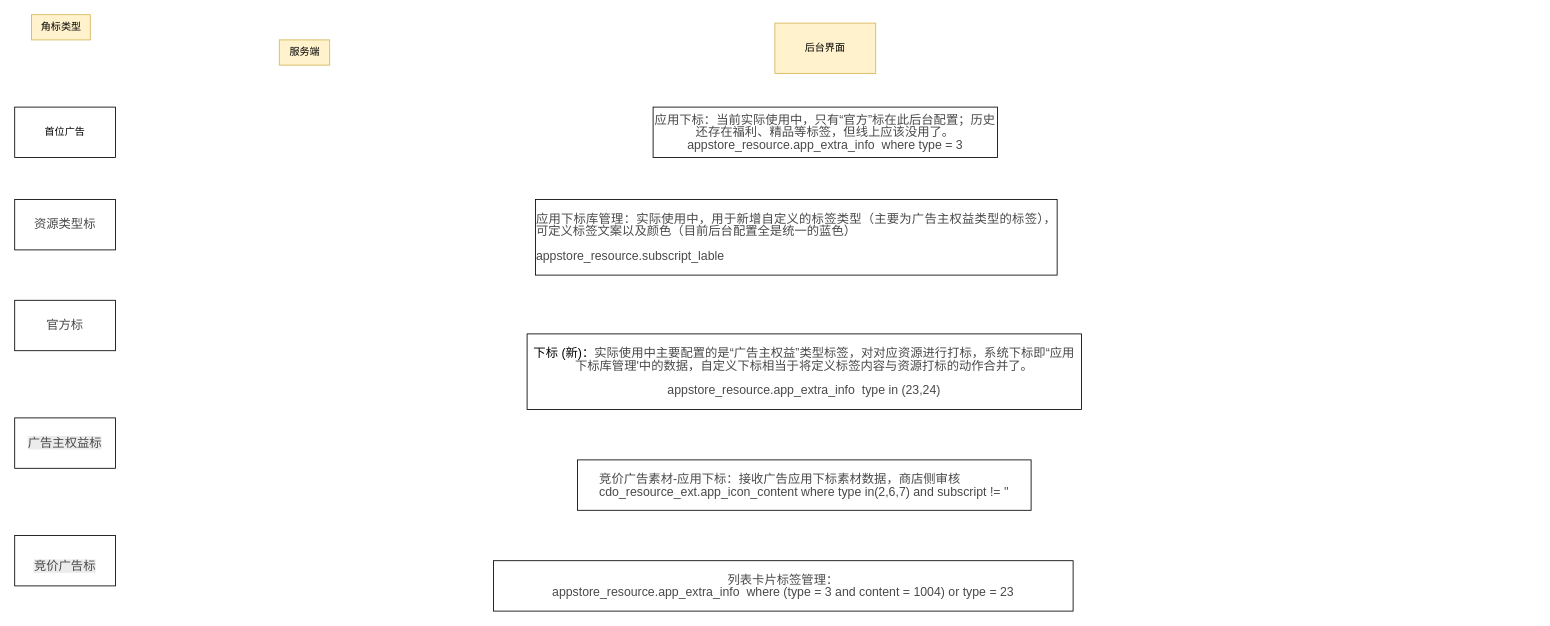
Above: 角标数据源.drawio in ETHAN0430/draw.io.repo (draw.io), before the change. Source tidied: cells renumbered, new cells numbered last; positions are measured from the earlier drawing's top-left corner, leaving out a move shared by most shapes. Both pictures are drawn from the tidied source at 84%, with x=0, y=0 at pixel (14, 14).
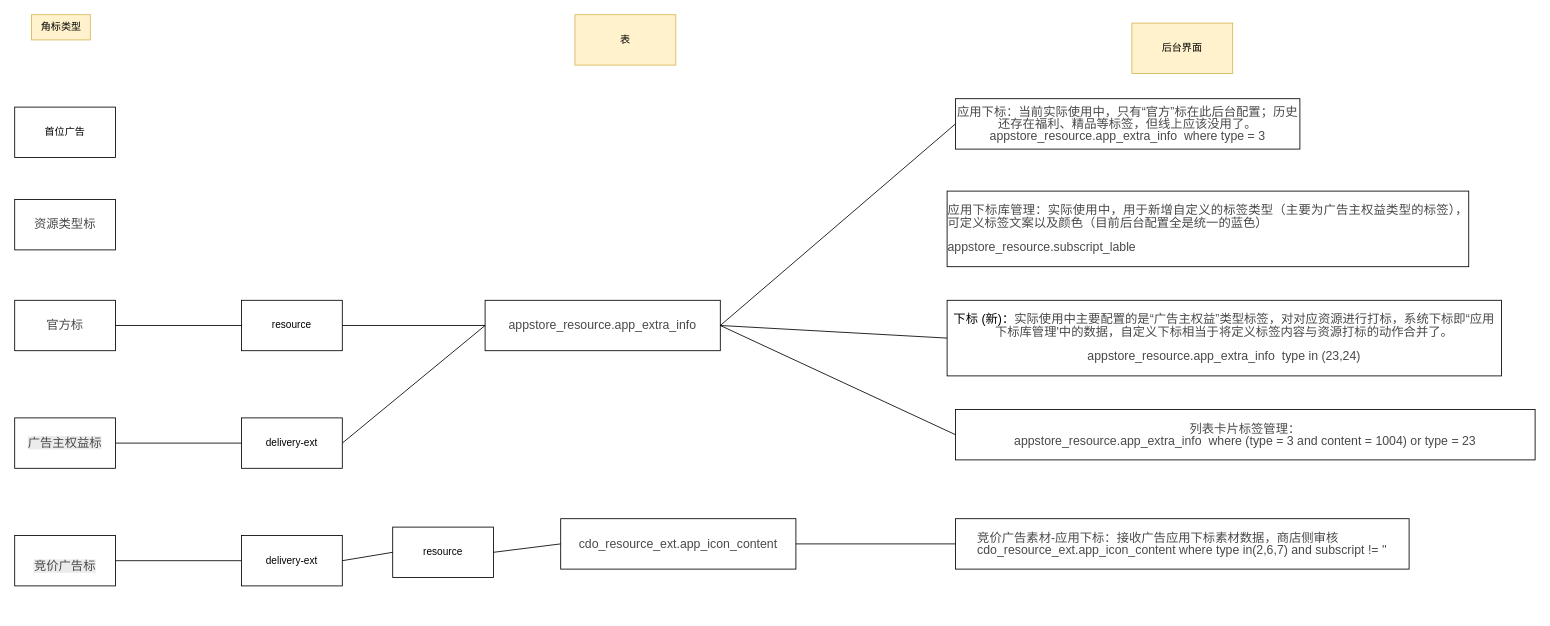
The same diagram, later.

Commit message (it also covers changes not shown here):
更新角标数据源.drawio

Unchanged cells that the change refers to:
```xml
<mxCell id="4" value="&lt;span style=&quot;color: rgb(73, 73, 73); font-size: 14.6667px;&quot;&gt;官方标&lt;/span&gt;" style="whiteSpace=wrap;html=1;" parent="1" vertex="1">
  <mxGeometry y="340" width="120" height="60" as="geometry" />
</mxCell>
<mxCell id="5" value="&lt;br&gt;&lt;span style=&quot;color: rgb(73, 73, 73); font-family: Helvetica; font-size: 14.6667px; font-style: normal; font-variant-ligatures: normal; font-variant-caps: normal; font-weight: 400; letter-spacing: normal; orphans: 2; text-align: center; text-indent: 0px; text-transform: none; widows: 2; word-spacing: 0px; -webkit-text-stroke-width: 0px; white-space: normal; background-color: rgb(236, 236, 236); text-decoration-thickness: initial; text-decoration-style: initial; text-decoration-color: initial; display: inline !important; float: none;&quot;&gt;广告主权益标&lt;/span&gt;&lt;div&gt;&lt;br/&gt;&lt;/div&gt;" style="whiteSpace=wrap;html=1;" parent="1" vertex="1">
  <mxGeometry y="480" width="120" height="60" as="geometry" />
</mxCell>
<mxCell id="6" value="&lt;br&gt;&lt;span style=&quot;color: rgb(73, 73, 73); font-family: Helvetica; font-size: 14.6667px; font-style: normal; font-variant-ligatures: normal; font-variant-caps: normal; font-weight: 400; letter-spacing: normal; orphans: 2; text-align: center; text-indent: 0px; text-transform: none; widows: 2; word-spacing: 0px; -webkit-text-stroke-width: 0px; white-space: normal; background-color: rgb(236, 236, 236); text-decoration-thickness: initial; text-decoration-style: initial; text-decoration-color: initial; display: inline !important; float: none;&quot;&gt;竞价广告标&lt;/span&gt;" style="whiteSpace=wrap;html=1;" parent="1" vertex="1">
  <mxGeometry y="620" width="120" height="60" as="geometry" />
</mxCell>
```

The edit, as a diff of the source:
```diff
@@
     <mxCell id="7" value="&lt;span data-docs-delta=&quot;[[20,&amp;quot;应用下标后台：&amp;quot;,&amp;quot;inline-dir:\&amp;quot;ltr\&amp;quot;&amp;quot;],[20,&amp;quot;\n&amp;quot;,&amp;quot;24:\&amp;quot;hfpQ\&amp;quot;|direction:\&amp;quot;ltr\&amp;quot;&amp;quot;],[20,&amp;quot;appstore_resource.app_extra_info&amp;nbsp; where type = 3&amp;quot;,&amp;quot;inline-dir:\&amp;quot;ltr\&amp;quot;&amp;quot;],[20,&amp;quot;\n&amp;quot;,&amp;quot;24:\&amp;quot;KG1t\&amp;quot;|direction:\&amp;quot;ltr\&amp;quot;&amp;quot;],[20,&amp;quot;\n&amp;quot;,&amp;quot;24:\&amp;quot;nrkN\&amp;quot;&amp;quot;],[20,&amp;quot;应用下标库管理：&amp;quot;,&amp;quot;inline-dir:\&amp;quot;ltr\&amp;quot;&amp;quot;],[20,&amp;quot;\n&amp;quot;,&amp;quot;24:\&amp;quot;0zpr\&amp;quot;|direction:\&amp;quot;ltr\&amp;quot;&amp;quot;],[20,&amp;quot;appstore_resource.subscript_lable&amp;quot;,&amp;quot;inline-dir:\&amp;quot;ltr\&amp;quot;&amp;quot;],[20,&amp;quot;\n&amp;quot;,&amp;quot;24:\&amp;quot;eeaw\&amp;quot;|direction:\&amp;quot;ltr\&amp;quot;&amp;quot;],[20,&amp;quot;\n&amp;quot;,&amp;quot;24:\&amp;quot;owhY\&amp;quot;&amp;quot;],[20,&amp;quot;下标(新)：&amp;quot;,&amp;quot;inline-dir:\&amp;quot;ltr\&amp;quot;&amp;quot;],[20,&amp;quot;\n&amp;quot;,&amp;quot;24:\&amp;quot;AwLg\&amp;quot;|direction:\&amp;quot;ltr\&amp;quot;&amp;quot;],[20,&amp;quot;appstore_resource.app_extra_info&amp;nbsp; type in (23,24)&amp;quot;,&amp;quot;inline-dir:\&amp;quot;ltr\&amp;quot;&amp;quot;],[20,&amp;quot;\n&amp;quot;,&amp;quot;24:\&amp;quot;A2Q8\&amp;quot;|direction:\&amp;quot;ltr\&amp;quot;&amp;quot;],[20,&amp;quot;\n&amp;quot;,&amp;quot;24:\&amp;quot;ZBQM\&amp;quot;&amp;quot;],[20,&amp;quot;应用下标：（保留这个）&amp;quot;,&amp;quot;inline-dir:\&amp;quot;ltr\&amp;quot;&amp;quot;],[20,&amp;quot;\n&amp;quot;,&amp;quot;24:\&amp;quot;MEDD\&amp;quot;|direction:\&amp;quot;ltr\&amp;quot;&amp;quot;],[20,&amp;quot;cdo_resource_ext.app_icon_content where type in(2,6,7) and subscript != ''&amp;quot;,&amp;quot;inline-dir:\&amp;quot;ltr\&amp;quot;&amp;quot;],[20,&amp;quot;\n&amp;quot;,&amp;quot;24:\&amp;quot;bfCV\&amp;quot;|direction:\&amp;quot;ltr\&amp;quot;&amp;quot;],[20,&amp;quot;\n&amp;quot;,&amp;quot;24:\&amp;quot;RlGI\&amp;quot;&amp;quot;],[20,&amp;quot;列表卡片标签管理：（保留这个）&amp;quot;,&amp;quot;inline-dir:\&amp;quot;ltr\&amp;quot;&amp;quot;],[20,&amp;quot;\n&amp;quot;,&amp;quot;24:\&amp;quot;X4qz\&amp;quot;|direction:\&amp;quot;ltr\&amp;quot;&amp;quot;],[20,&amp;quot;appstore_resource.app_extra_info&amp;nbsp; where (type = 3 and content = 1004) or type = 23&amp;quot;,&amp;quot;inline-dir:\&amp;quot;ltr\&amp;quot;&amp;quot;]]&quot;&gt;&lt;p style=&quot;line-height: 100%;margin-bottom: 0pt;margin-top: 0pt;font-size: 11pt;color: #494949;&quot; class=&quot;ql-direction-ltr ql-long-284244&quot;&gt;&lt;span style=&quot;background-color: transparent; font-size: 11pt;&quot;&gt;列表卡片标签管理：&lt;/span&gt;&lt;br&gt;&lt;/p&gt;&lt;p style=&quot;line-height: 100%;margin-bottom: 0pt;margin-top: 0pt;font-size: 11pt;color: #494949;&quot; class=&quot;ql-direction-ltr ql-long-284244&quot;&gt;&lt;span class=&quot;ql-author-284244&quot;&gt;appstore_resource.app_extra_info&amp;nbsp; where (type = 3 and content = 1004) or type = 23&lt;/span&gt;&lt;/p&gt;&lt;/span&gt;" style="whiteSpace=wrap;html=1;" parent="1" vertex="1">
-      <mxGeometry x="570" y="650" width="690" height="60" as="geometry" />
+      <mxGeometry x="1120" y="470" width="690" height="60" as="geometry" />
     </mxCell>
@@
-    <mxCell id="9" value="后台界面" style="whiteSpace=wrap;html=1;fillColor=#fff2cc;strokeColor=#d6b656;" parent="1" vertex="1">
-      <mxGeometry x="905" y="10" width="120" height="60" as="geometry" />
+    <mxCell id="9" value="表" style="whiteSpace=wrap;html=1;fillColor=#fff2cc;strokeColor=#d6b656;" parent="1" vertex="1">
+      <mxGeometry x="667" width="120" height="60" as="geometry" />
     </mxCell>
     <mxCell id="10" value="&lt;p style=&quot;line-height: 14.6667px; margin-bottom: 0pt; margin-top: 0pt; font-size: 11pt; color: rgb(73, 73, 73);&quot; class=&quot;ql-direction-ltr ql-long-284244&quot;&gt;&lt;span style=&quot;font-size: 11pt; text-align: justify; background-color: transparent;&quot; class=&quot;ql-author-256471&quot;&gt;应用下标：当前实际使用中，只有“官方”标在此后台配置；历史还存在福利、精品等标签，&lt;/span&gt;&lt;span style=&quot;font-size: 11pt; text-align: justify; background-color: transparent;&quot; class=&quot;ql-author-256471 ql-commented ql-commented-background&quot;&gt;但线上应该没用了。&lt;/span&gt;&lt;/p&gt;&lt;p style=&quot;line-height: 14.6667px; margin-bottom: 0pt; margin-top: 0pt; font-size: 11pt; color: rgb(73, 73, 73);&quot; class=&quot;ql-direction-ltr ql-long-284244&quot;&gt;&lt;span class=&quot;ql-author-284244&quot;&gt;appstore_resource.app_extra_info&amp;nbsp; where type = 3&lt;/span&gt;&lt;/p&gt;" style="whiteSpace=wrap;html=1;" parent="1" vertex="1">
-      <mxGeometry x="760" y="110" width="410" height="60" as="geometry" />
+      <mxGeometry x="1120" y="100" width="410" height="60" as="geometry" />
     </mxCell>
     <mxCell id="11" value="&lt;span&gt;&lt;p style=&quot;line-height: 100%;margin-bottom: 0pt;margin-top: 0pt;text-align: justify;font-size: 11pt;color: #494949;&quot; class=&quot;ql-align-justify ql-direction-ltr ql-long-256471&quot; align=&quot;justify&quot;&gt;&lt;span class=&quot;ql-author-256471&quot;&gt;应用下标库管理：实际使用中，用于新增自定义的标签类型（主要为广告主权益类型的标签），可定义标签文案以及颜色&lt;/span&gt;&lt;span class=&quot;ql-author-256471 ql-commented ql-commented-background&quot;&gt;（目前后台配置全是统一的蓝色）&lt;br&gt;&lt;br&gt;&lt;span style=&quot;text-align: center;&quot;&gt;appstore_resource.subscript_lable&lt;/span&gt;&lt;br&gt;&lt;/span&gt;&lt;/p&gt;&lt;/span&gt;" style="whiteSpace=wrap;html=1;" parent="1" vertex="1">
-      <mxGeometry x="620" y="220" width="621" height="90" as="geometry" />
+      <mxGeometry x="1110" y="210" width="621" height="90" as="geometry" />
     </mxCell>
     <mxCell id="12" value="&lt;span&gt;&lt;p style=&quot;line-height: 100%;margin-bottom: 0pt;margin-top: 0pt;font-size: 11pt;color: #494949;&quot; class=&quot;ql-direction-ltr ql-long-256471&quot;&gt;&lt;span style=&quot;color: rgb(0, 0, 0);color: rgb(0, 0, 0);&quot; class=&quot;ql-author-256471&quot;&gt;下标 (新)：&lt;/span&gt;&lt;span class=&quot;ql-author-256471&quot;&gt;实际使用中主要配置的是“广告主权益”类型标签，对对应资源进行打标，系统下标即“应用下标库管理'中的数据，自定义下标相当于将定义标签内容与资源打标的动作合并了。&lt;br&gt;&lt;br&gt;appstore_resource.app_extra_info&amp;nbsp; type in (23,24)&lt;br&gt;&lt;/span&gt;&lt;/p&gt;&lt;/span&gt;" style="whiteSpace=wrap;html=1;" parent="1" vertex="1">
-      <mxGeometry x="610" y="380" width="660" height="90" as="geometry" />
+      <mxGeometry x="1110" y="340" width="660" height="90" as="geometry" />
     </mxCell>
     <mxCell id="13" value="&lt;span&gt;&lt;p style=&quot;line-height: 100%;margin-bottom: 0pt;margin-top: 0pt;text-align: justify;font-size: 11pt;color: #494949;&quot; class=&quot;ql-align-justify ql-direction-ltr ql-long-256471&quot; align=&quot;justify&quot;&gt;&lt;span class=&quot;ql-author-256471&quot;&gt;竞价广告素材-应用下标：接收广告应用下标素材数据，商店侧审核&lt;br&gt;&lt;span style=&quot;text-align: center;&quot;&gt;cdo_resource_ext.app_icon_content where type in(2,6,7) and subscript != ''&lt;/span&gt;&lt;br&gt;&lt;/span&gt;&lt;/p&gt;&lt;/span&gt;" style="whiteSpace=wrap;html=1;" parent="1" vertex="1">
-      <mxGeometry x="670" y="530" width="540" height="60" as="geometry" />
+      <mxGeometry x="1120" y="600" width="540" height="60" as="geometry" />
     </mxCell>
-    <mxCell id="14" value="服务端" style="text;html=1;align=center;verticalAlign=middle;strokeColor=#d6b656;fillColor=#fff2cc;" parent="1" vertex="1">
-      <mxGeometry x="315" y="30" width="60" height="30" as="geometry" />
-    </mxCell>
+    <mxCell id="15" value="resource" style="whiteSpace=wrap;html=1;" parent="1" vertex="1">
+      <mxGeometry x="270" y="340" width="120" height="60" as="geometry" />
+    </mxCell>
+    <mxCell id="16" value="delivery-ext" style="whiteSpace=wrap;html=1;" parent="1" vertex="1">
+      <mxGeometry x="270" y="480" width="120" height="60" as="geometry" />
+    </mxCell>
+    <mxCell id="17" value="后台界面" style="whiteSpace=wrap;html=1;fillColor=#fff2cc;strokeColor=#d6b656;" parent="1" vertex="1">
+      <mxGeometry x="1330" y="10" width="120" height="60" as="geometry" />
+    </mxCell>
+    <mxCell id="18" value="&lt;span style=&quot;color: rgb(73, 73, 73); font-size: 14.6667px;&quot;&gt;appstore_resource.app_extra_info&lt;/span&gt;" style="whiteSpace=wrap;html=1;" parent="1" vertex="1">
+      <mxGeometry x="560" y="340" width="280" height="60" as="geometry" />
+    </mxCell>
+    <mxCell id="19" value="&lt;span style=&quot;color: rgb(73, 73, 73); font-size: 14.6667px;&quot;&gt;cdo_resource_ext.app_icon_content&lt;/span&gt;" style="whiteSpace=wrap;html=1;" parent="1" vertex="1">
+      <mxGeometry x="650" y="600" width="280" height="60" as="geometry" />
+    </mxCell>
+    <mxCell id="20" style="endArrow=none;html=1;rounded=0;exitX=1;exitY=0.5;exitDx=0;exitDy=0;entryX=0;entryY=0.5;entryDx=0;entryDy=0;" parent="1" edge="1" source="4" target="15">
+      <mxGeometry relative="1" as="geometry" />
+    </mxCell>
+    <mxCell id="21" style="endArrow=none;html=1;rounded=0;exitX=1;exitY=0.5;exitDx=0;exitDy=0;entryX=0;entryY=0.5;entryDx=0;entryDy=0;" parent="1" edge="1" target="18">
+      <mxGeometry relative="1" as="geometry">
+        <mxPoint x="390" y="370" as="sourcePoint" />
+      </mxGeometry>
+    </mxCell>
+    <mxCell id="22" style="endArrow=none;html=1;rounded=0;exitX=1;exitY=0.5;exitDx=0;exitDy=0;entryX=0;entryY=0.5;entryDx=0;entryDy=0;" parent="1" edge="1" source="5" target="16">
+      <mxGeometry relative="1" as="geometry" />
+    </mxCell>
+    <mxCell id="23" style="endArrow=none;html=1;rounded=0;exitX=1;exitY=0.5;exitDx=0;exitDy=0;entryX=0;entryY=0.5;entryDx=0;entryDy=0;" parent="1" edge="1" source="18" target="10">
+      <mxGeometry relative="1" as="geometry" />
+    </mxCell>
+    <mxCell id="24" style="endArrow=none;html=1;rounded=0;entryX=0;entryY=0.5;entryDx=0;entryDy=0;" parent="1" edge="1" target="12">
+      <mxGeometry relative="1" as="geometry">
+        <mxPoint x="840" y="370" as="sourcePoint" />
+      </mxGeometry>
+    </mxCell>
+    <mxCell id="25" style="endArrow=none;html=1;rounded=0;entryX=0;entryY=0.5;entryDx=0;entryDy=0;exitX=1;exitY=0.5;exitDx=0;exitDy=0;" parent="1" edge="1" source="18" target="7">
+      <mxGeometry relative="1" as="geometry" />
+    </mxCell>
+    <mxCell id="26" style="endArrow=none;html=1;rounded=0;entryX=0;entryY=0.5;entryDx=0;entryDy=0;exitX=1;exitY=0.5;exitDx=0;exitDy=0;" parent="1" edge="1" source="19" target="13">
+      <mxGeometry relative="1" as="geometry" />
+    </mxCell>
+    <mxCell id="27" value="delivery-ext" style="whiteSpace=wrap;html=1;" parent="1" vertex="1">
+      <mxGeometry x="270" y="620" width="120" height="60" as="geometry" />
+    </mxCell>
+    <mxCell id="28" value="resource" style="whiteSpace=wrap;html=1;" parent="1" vertex="1">
+      <mxGeometry x="450" y="610" width="120" height="60" as="geometry" />
+    </mxCell>
+    <mxCell id="29" style="endArrow=none;html=1;rounded=0;exitX=1;exitY=0.5;exitDx=0;exitDy=0;entryX=0;entryY=0.5;entryDx=0;entryDy=0;" parent="1" edge="1" source="6" target="27">
+      <mxGeometry relative="1" as="geometry" />
+    </mxCell>
+    <mxCell id="30" style="endArrow=none;html=1;rounded=0;exitX=1;exitY=0.5;exitDx=0;exitDy=0;entryX=0;entryY=0.5;entryDx=0;entryDy=0;" parent="1" edge="1" source="27" target="28">
+      <mxGeometry relative="1" as="geometry" />
+    </mxCell>
+    <mxCell id="31" style="endArrow=none;html=1;rounded=0;exitX=1;exitY=0.5;exitDx=0;exitDy=0;entryX=0;entryY=0.5;entryDx=0;entryDy=0;" parent="1" edge="1" source="28" target="19">
+      <mxGeometry relative="1" as="geometry" />
+    </mxCell>
+    <mxCell id="32" style="endArrow=none;html=1;rounded=0;exitX=1;exitY=0.5;exitDx=0;exitDy=0;entryX=0;entryY=0.5;entryDx=0;entryDy=0;" parent="1" edge="1" source="16" target="18">
+      <mxGeometry relative="1" as="geometry" />
+    </mxCell>
```
